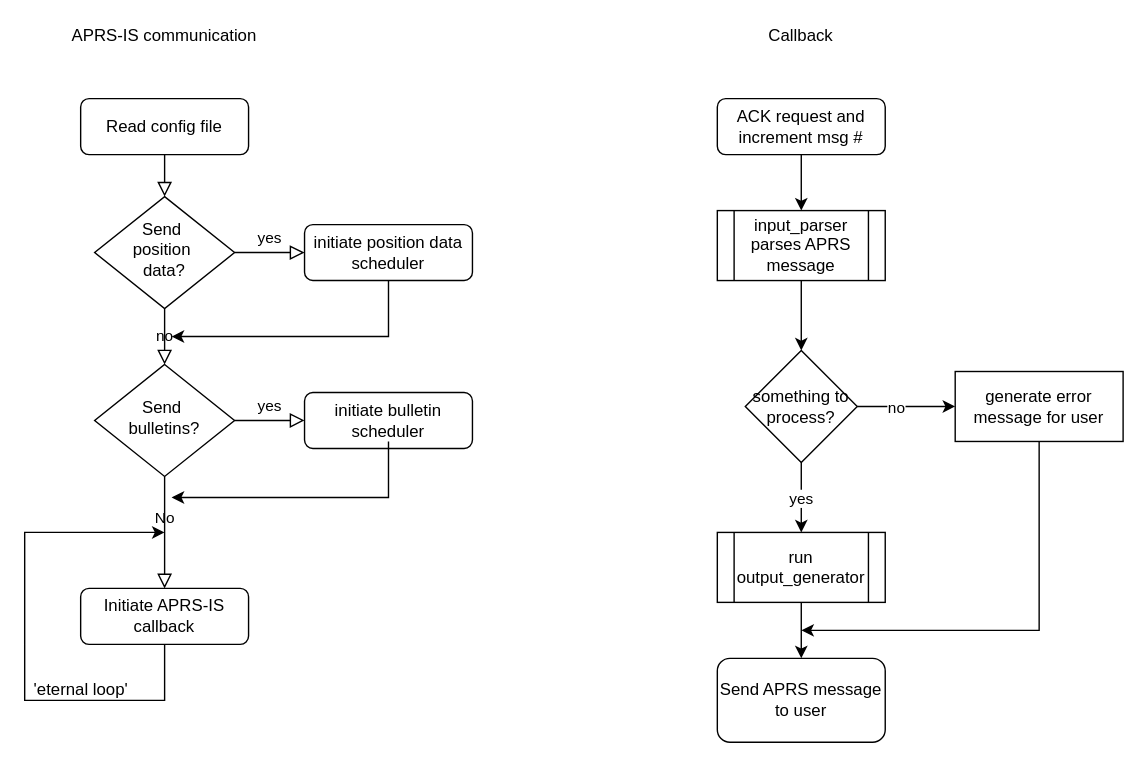
The draw.io diagram img/schematics.svg in joergschultzelutter/core-aprs-client, before a commit. Source tidied: cells renumbered, new cells last; positions are measured from the earlier drawing's top-left corner, leaving out a move shared by most shapes.
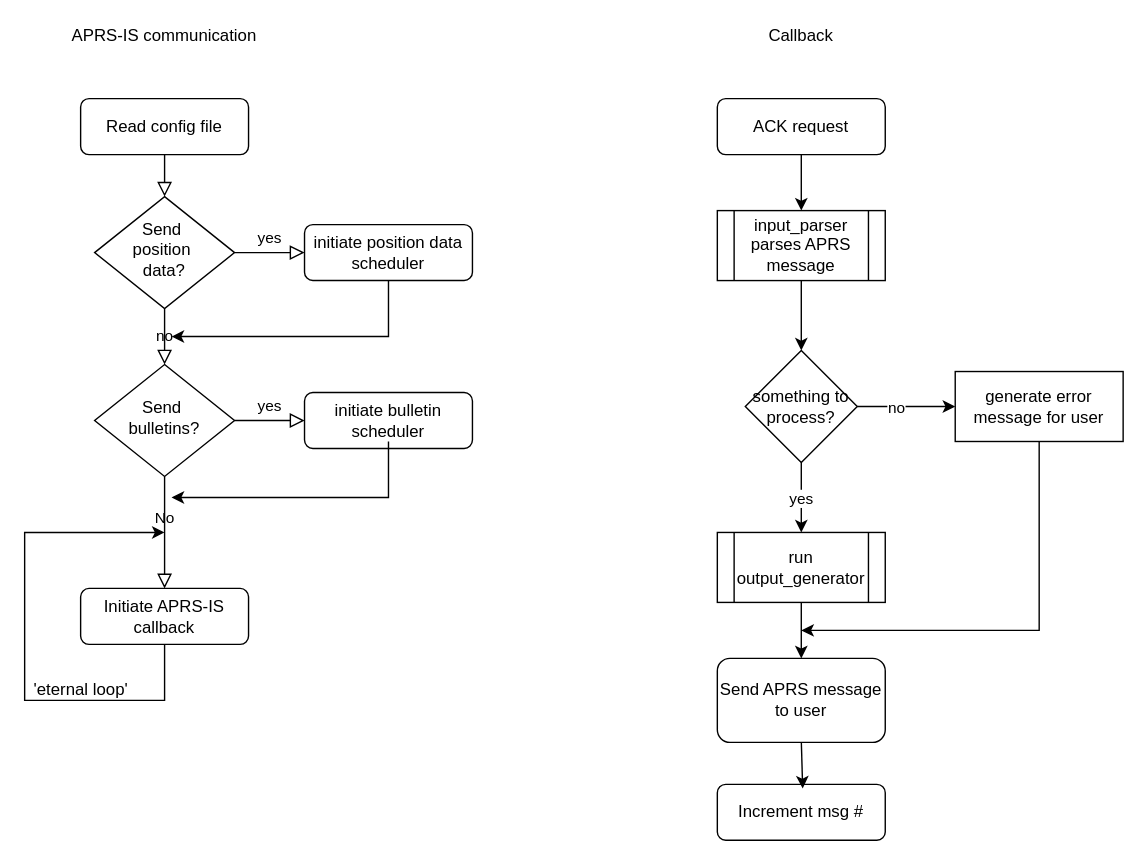
The same file after the commit.

Diff of the diagram source:
```diff
@@ -55,7 +55,7 @@
     <mxCell id="16" value="Callback" style="text;html=1;align=center;verticalAlign=middle;whiteSpace=wrap;rounded=0;" parent="1" vertex="1">
       <mxGeometry x="530" width="60" height="30" as="geometry" />
     </mxCell>
-    <mxCell id="17" value="ACK request and increment msg #" style="rounded=1;whiteSpace=wrap;html=1;" parent="1" vertex="1">
+    <mxCell id="17" value="ACK request" style="rounded=1;whiteSpace=wrap;html=1;" parent="1" vertex="1">
       <mxGeometry x="500" y="60" width="120" height="40" as="geometry" />
     </mxCell>
     <mxCell id="18" value="input_parser parses APRS message" style="shape=process;whiteSpace=wrap;html=1;backgroundOutline=1;" parent="1" vertex="1">
@@ -120,5 +120,14 @@
         </Array>
       </mxGeometry>
     </mxCell>
+    <mxCell id="33" value="Increment msg #" style="rounded=1;whiteSpace=wrap;html=1;" parent="1" vertex="1">
+      <mxGeometry x="500" y="550" width="120" height="40" as="geometry" />
+    </mxCell>
+    <mxCell id="34" style="endArrow=classic;html=1;rounded=0;entryX=0.45;entryY=0.075;entryDx=0;entryDy=0;exitX=0.442;exitY=1;exitDx=0;exitDy=0;exitPerimeter=0;entryPerimeter=0;" parent="1" edge="1">
+      <mxGeometry relative="1" as="geometry">
+        <mxPoint x="560" y="520" as="sourcePoint" />
+        <mxPoint x="561" y="553" as="targetPoint" />
+      </mxGeometry>
+    </mxCell>
   </root>
 </mxGraphModel>
```
